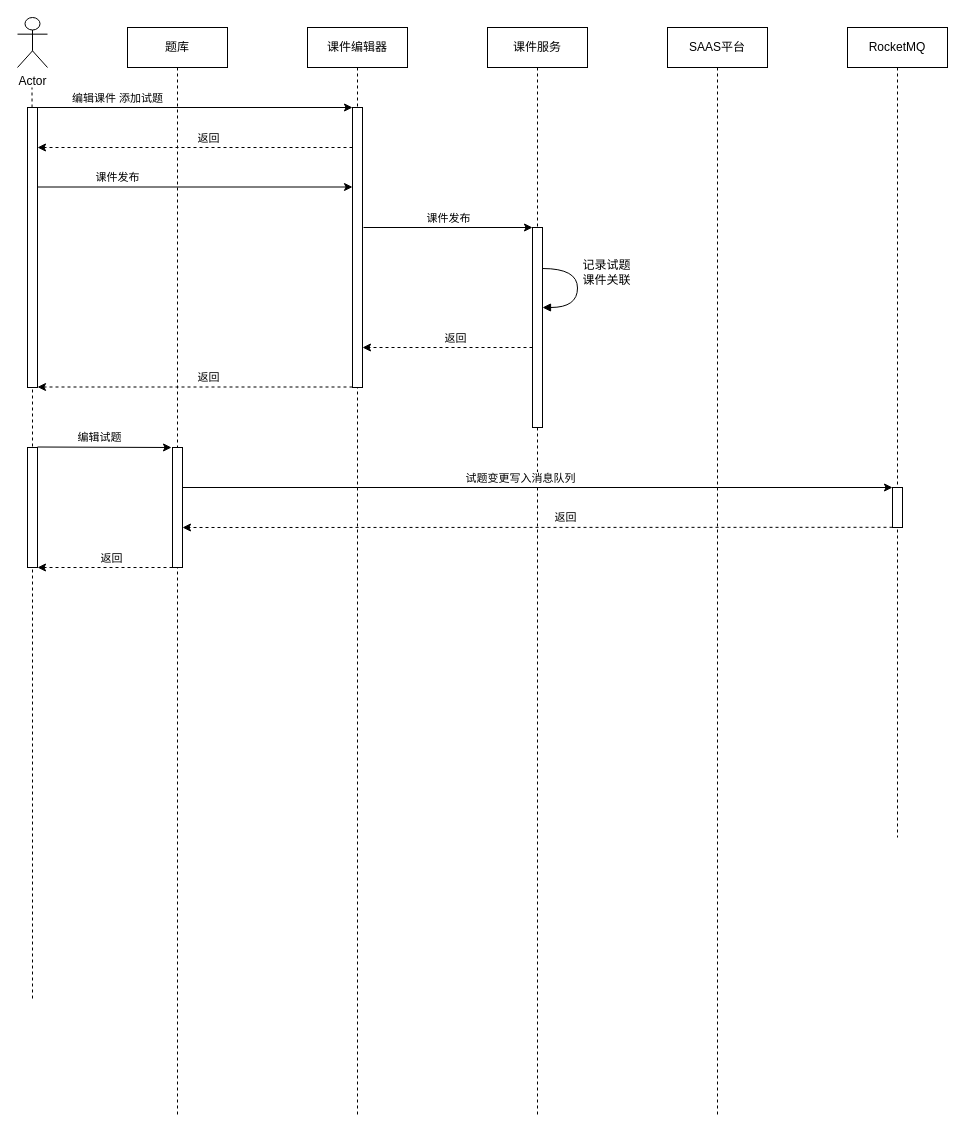
Before: 课件3试题变更通知.drawio in huanjiesm/courseware-draw, a draw.io diagram. Source tidied: cells renumbered, new cells numbered last; positions are measured from the earlier drawing's top-left corner, leaving out a move shared by most shapes. Both pictures are drawn from the tidied source at 100%, with x=0, y=0 at pixel (17, 17).
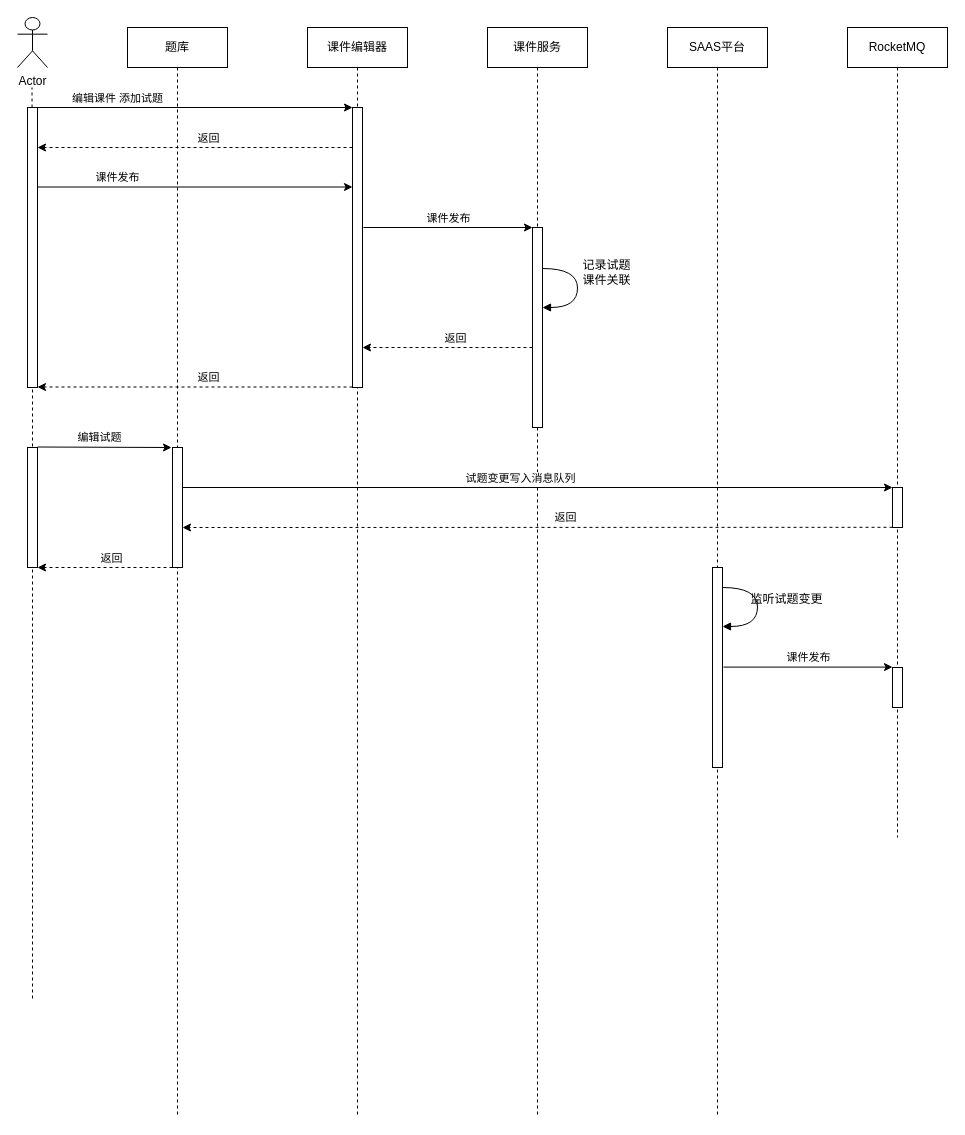
After the change.

Commit message:
更新课件3试题变更通知.drawio

What changed in the source:
```diff
@@
+    <mxCell id="37" style="rounded=0;whiteSpace=wrap;html=1;" parent="1" vertex="1">
+      <mxGeometry x="695" y="550" width="10" height="200" as="geometry" />
+    </mxCell>
+    <mxCell id="38" value="监听试题变更" style="html=1;verticalAlign=bottom;endArrow=block;labelBackgroundColor=none;fontFamily=Verdana;fontSize=12;elbow=vertical;edgeStyle=orthogonalEdgeStyle;curved=1;exitX=1.038;exitY=0.345;exitPerimeter=0;entryX=1.027;entryY=0.831;entryDx=0;entryDy=0;entryPerimeter=0;" parent="1" edge="1">
+      <mxGeometry x="0.03" y="29" relative="1" as="geometry">
+        <mxPoint x="705" y="570" as="sourcePoint" />
+        <mxPoint x="705" y="609" as="targetPoint" />
+        <Array as="points">
+          <mxPoint x="740" y="570" />
+          <mxPoint x="740" y="609" />
+        </Array>
+      </mxGeometry>
+    </mxCell>
+    <mxCell id="39" style="endArrow=classic;html=1;rounded=0;" parent="1" edge="1">
+      <mxGeometry relative="1" as="geometry">
+        <mxPoint x="706" y="649.6" as="sourcePoint" />
+        <mxPoint x="875" y="649.6" as="targetPoint" />
+      </mxGeometry>
+    </mxCell>
+    <mxCell id="40" value="课件发布" style="edgeLabel;html=1;align=center;verticalAlign=middle;" parent="39" vertex="1">
+      <mxGeometry x="0.34" y="2" relative="1" as="geometry">
+        <mxPoint x="-29" y="-8" as="offset" />
+      </mxGeometry>
+    </mxCell>
+    <mxCell id="41" style="rounded=0;whiteSpace=wrap;html=1;" parent="1" vertex="1">
+      <mxGeometry x="875" y="650" width="10" height="40" as="geometry" />
+    </mxCell>
```
